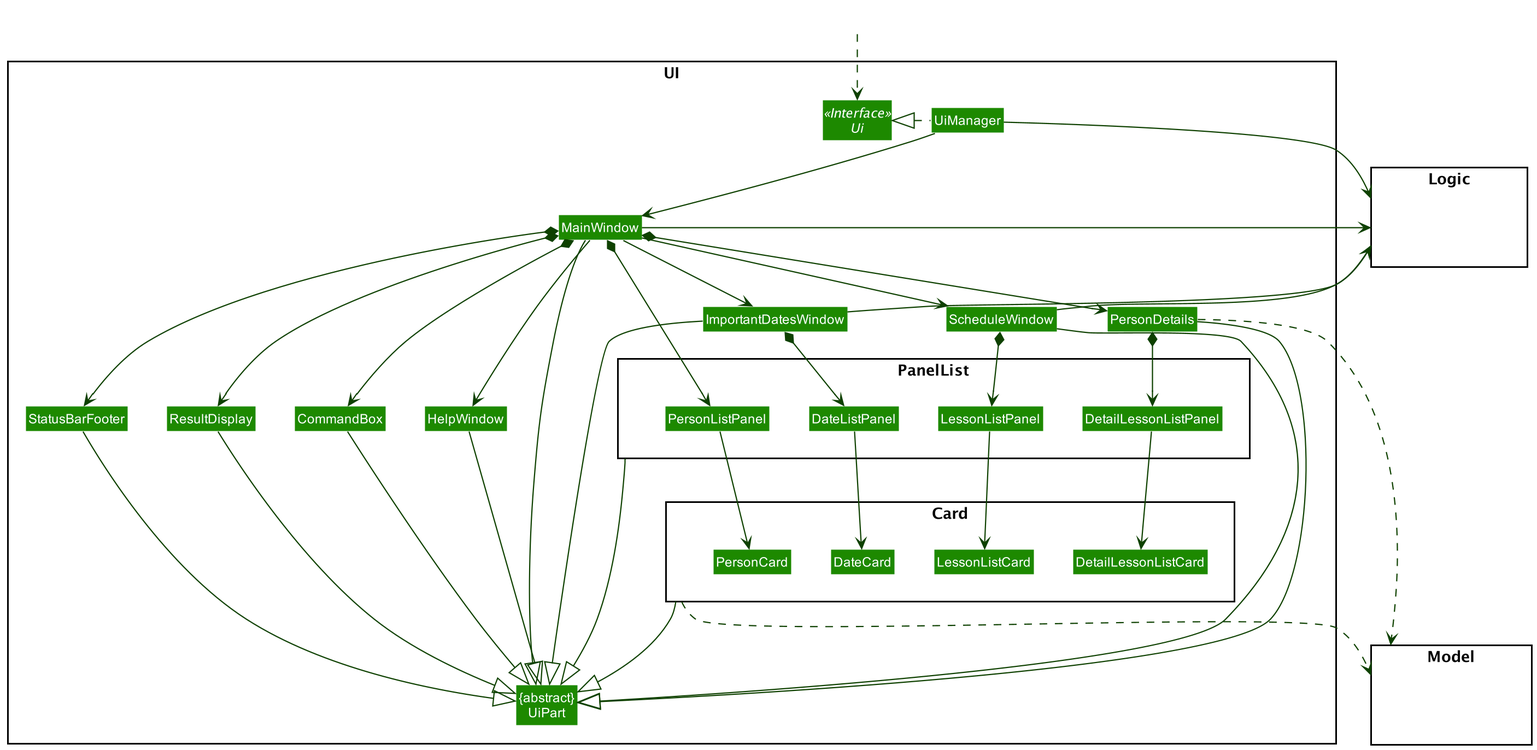
Before: docs/images/UiClassDiagram.png, a diagram exported from PlantUML (nus-cs2103-AY2021S2/tp).
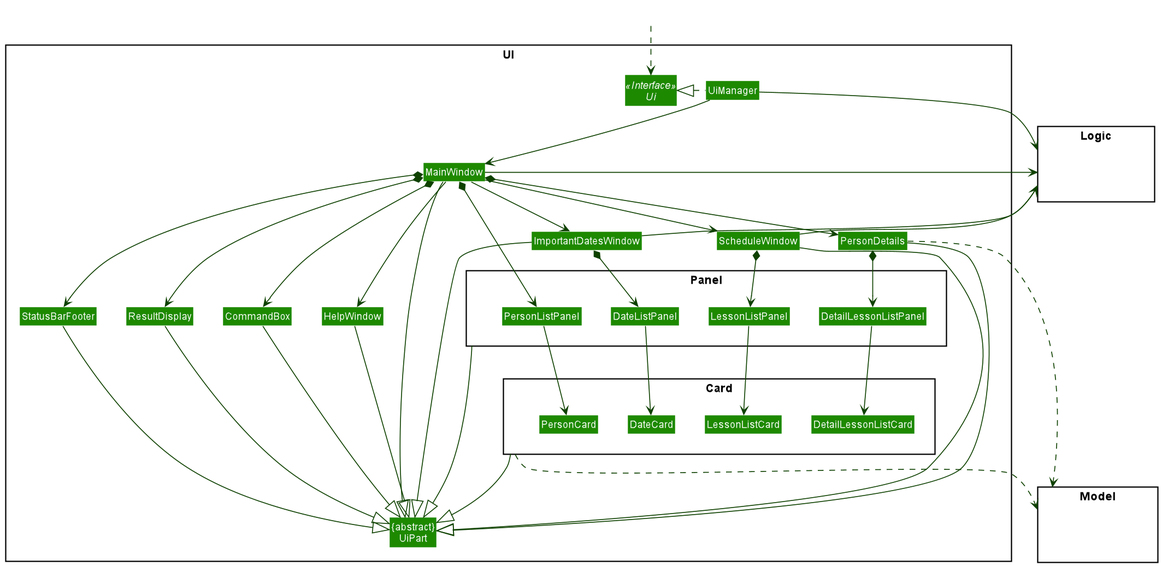
Above is the later version.

Diff of the diagram source:
```diff
@@ -17,7 +17,7 @@
 Class ImportantDatesWindow
 Class ScheduleWindow
 
-package PanelList <<Rectangle>> {
+package Panel <<Rectangle>> {
 Class DateListPanel
 Class DetailLessonListPanel
 Class LessonListPanel
@@ -72,7 +72,7 @@
 HelpWindow -down-|> UiPart
 ImportantDatesWindow -down-|> UiPart
 ScheduleWindow -down-|> UiPart
-PanelList --|> UiPart
+Panel--|> UiPart
 Card --|> UiPart
 
 
```
